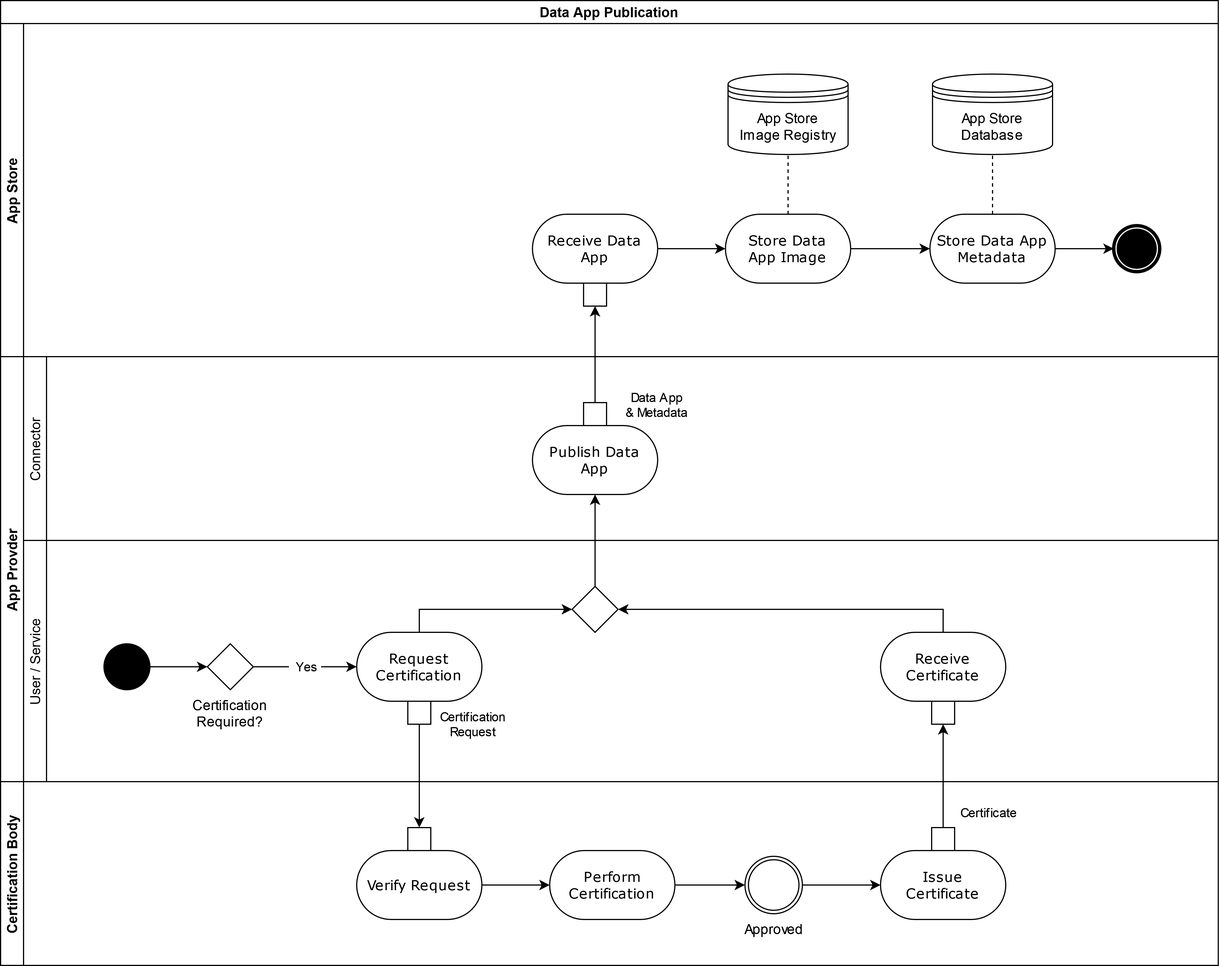
The draw.io diagram documentation/3_Layers_of_the_Reference_Architecture_Model/3_3_Process_Layer/media/data-app-publication-process.png in International-Data-Spaces-Association/IDS-RAM_4_0, before a commit. Source tidied: cells renumbered, new cells last; positions are measured from the earlier drawing's top-left corner, leaving out a move shared by most shapes. The source it was exported from:
```xml
<mxGraphModel>
  <root>
    <mxCell id="0" />
    <mxCell id="1" parent="0" />
    <mxCell id="2" value="Data App Publication" style="swimlane;horizontal=1;startSize=20;fontStyle=1;" parent="1" vertex="1">
      <mxGeometry width="1060" height="840" as="geometry" />
    </mxCell>
    <mxCell id="3" value="App Store" style="swimlane;startSize=20;horizontal=0;" parent="2" vertex="1">
      <mxGeometry y="20" width="1060" height="290" as="geometry" />
    </mxCell>
    <mxCell id="4" style="shape=mxgraph.bpmn.shape;html=1;verticalLabelPosition=bottom;labelBackgroundColor=#ffffff;verticalAlign=top;perimeter=ellipsePerimeter;outline=end;symbol=terminate;rounded=0;shadow=0;comic=0;strokeWidth=1;fontFamily=Verdana;fontSize=12;align=center;" parent="3" vertex="1">
      <mxGeometry x="969" y="176" width="40" height="40" as="geometry" />
    </mxCell>
    <mxCell id="5" value="&lt;div&gt;Receive Data&lt;/div&gt;&lt;div&gt;App&lt;/div&gt;" style="rounded=1;whiteSpace=wrap;html=1;shadow=0;comic=0;labelBackgroundColor=none;strokeWidth=1;fontFamily=Verdana;fontSize=12;align=center;arcSize=50;" parent="3" vertex="1">
      <mxGeometry x="463" y="166" width="109" height="60" as="geometry" />
    </mxCell>
    <mxCell id="6" style="edgeStyle=none;rounded=0;jettySize=auto;html=1;endArrow=classic;endFill=1;" parent="3" edge="1" source="7" target="5">
      <mxGeometry relative="1" as="geometry" />
    </mxCell>
    <mxCell id="7" style="rounded=0;whiteSpace=wrap;html=1;strokeColor=default;" parent="3" vertex="1">
      <mxGeometry x="507.5" y="226" width="20" height="20" as="geometry" />
    </mxCell>
    <mxCell id="8" value="&lt;div&gt;Store Data&lt;/div&gt;&lt;div&gt;App Image&lt;br&gt;&lt;/div&gt;" style="rounded=1;whiteSpace=wrap;html=1;shadow=0;comic=0;labelBackgroundColor=none;strokeWidth=1;fontFamily=Verdana;fontSize=12;align=center;arcSize=50;" parent="3" vertex="1">
      <mxGeometry x="631" y="166" width="109" height="60" as="geometry" />
    </mxCell>
    <mxCell id="9" style="edgeStyle=orthogonalEdgeStyle;rounded=0;jettySize=auto;html=1;entryX=0;entryY=0.5;entryDx=0;entryDy=0;" parent="3" edge="1" source="5" target="8">
      <mxGeometry relative="1" as="geometry" />
    </mxCell>
    <mxCell id="10" style="edgeStyle=orthogonalEdgeStyle;rounded=0;jettySize=auto;html=1;entryX=0;entryY=0.5;entryDx=0;entryDy=0;" parent="3" edge="1" source="11" target="4">
      <mxGeometry relative="1" as="geometry" />
    </mxCell>
    <mxCell id="11" value="Store Data App Metadata" style="rounded=1;whiteSpace=wrap;html=1;shadow=0;comic=0;labelBackgroundColor=none;strokeWidth=1;fontFamily=Verdana;fontSize=12;align=center;arcSize=50;" parent="3" vertex="1">
      <mxGeometry x="809" y="166" width="109" height="60" as="geometry" />
    </mxCell>
    <mxCell id="12" style="edgeStyle=orthogonalEdgeStyle;rounded=0;jettySize=auto;html=1;entryX=0;entryY=0.5;entryDx=0;entryDy=0;" parent="3" edge="1" source="8" target="11">
      <mxGeometry relative="1" as="geometry" />
    </mxCell>
    <mxCell id="13" value="App Store Database" style="shape=datastore;whiteSpace=wrap;html=1;" parent="3" vertex="1">
      <mxGeometry x="811.2" y="44" width="104.5" height="70" as="geometry" />
    </mxCell>
    <mxCell id="14" value="&lt;div&gt;App Store&lt;/div&gt;&lt;div&gt;Image Registry&lt;br&gt;&lt;/div&gt;" style="shape=datastore;whiteSpace=wrap;html=1;" parent="3" vertex="1">
      <mxGeometry x="633.2" y="44" width="104.5" height="70" as="geometry" />
    </mxCell>
    <mxCell id="15" style="rounded=0;jettySize=auto;html=1;entryX=0.5;entryY=1;entryDx=0;entryDy=0;dashed=1;endArrow=none;endFill=0;exitX=0.5;exitY=0;exitDx=0;exitDy=0;" parent="3" edge="1" source="8" target="14">
      <mxGeometry relative="1" as="geometry" />
    </mxCell>
    <mxCell id="16" style="rounded=0;jettySize=auto;html=1;entryX=0.5;entryY=1;entryDx=0;entryDy=0;dashed=1;endArrow=none;endFill=0;exitX=0.5;exitY=0;exitDx=0;exitDy=0;" parent="3" edge="1" source="11" target="13">
      <mxGeometry relative="1" as="geometry" />
    </mxCell>
    <mxCell id="17" value="App Provder" style="swimlane;startSize=20;horizontal=0;" parent="2" vertex="1">
      <mxGeometry y="310" width="1060" height="370" as="geometry" />
    </mxCell>
    <mxCell id="18" value="Connector" style="swimlane;startSize=20;horizontal=0;fontStyle=0;" parent="17" vertex="1">
      <mxGeometry x="20" width="1040" height="160" as="geometry" />
    </mxCell>
    <mxCell id="19" value="User / Service" style="swimlane;startSize=20;horizontal=0;fontStyle=0;" parent="18" vertex="1">
      <mxGeometry y="160" width="1040" height="210" as="geometry" />
    </mxCell>
    <mxCell id="20" style="ellipse;whiteSpace=wrap;html=1;rounded=0;shadow=0;comic=0;labelBackgroundColor=none;strokeWidth=1;fillColor=#000000;fontFamily=Verdana;fontSize=12;align=center;" parent="19" vertex="1">
      <mxGeometry x="70" y="90" width="40" height="40" as="geometry" />
    </mxCell>
    <mxCell id="21" value="Request Certification" style="rounded=1;whiteSpace=wrap;html=1;shadow=0;comic=0;labelBackgroundColor=none;strokeWidth=1;fontFamily=Verdana;fontSize=12;align=center;arcSize=50;" parent="19" vertex="1">
      <mxGeometry x="290" y="80" width="109" height="60" as="geometry" />
    </mxCell>
    <mxCell id="22" style="rounded=0;whiteSpace=wrap;html=1;strokeColor=default;" parent="19" vertex="1">
      <mxGeometry x="334.5" y="140" width="20" height="20" as="geometry" />
    </mxCell>
    <mxCell id="23" value="Certification Required?" style="text;whiteSpace=wrap;html=1;align=center;" parent="19" vertex="1">
      <mxGeometry x="140" y="130" width="80" height="40" as="geometry" />
    </mxCell>
    <mxCell id="24" style="rhombus;whiteSpace=wrap;html=1;" parent="19" vertex="1">
      <mxGeometry x="160" y="90" width="40" height="40" as="geometry" />
    </mxCell>
    <mxCell id="25" style="edgeStyle=orthogonalEdgeStyle;rounded=0;jettySize=auto;html=1;entryX=0;entryY=0.5;entryDx=0;entryDy=0;" parent="19" edge="1" source="20" target="24">
      <mxGeometry relative="1" as="geometry" />
    </mxCell>
    <mxCell id="26" value="&amp;nbsp; Yes&amp;nbsp; " style="edgeStyle=orthogonalEdgeStyle;rounded=0;jettySize=auto;html=1;entryX=0;entryY=0.5;entryDx=0;entryDy=0;exitX=1;exitY=0.5;exitDx=0;exitDy=0;" parent="19" edge="1" source="24" target="21">
      <mxGeometry relative="1" as="geometry" />
    </mxCell>
    <mxCell id="27" value="Receive Certificate" style="rounded=1;whiteSpace=wrap;html=1;shadow=0;comic=0;labelBackgroundColor=none;strokeWidth=1;fontFamily=Verdana;fontSize=12;align=center;arcSize=50;" parent="19" vertex="1">
      <mxGeometry x="746" y="80" width="109" height="60" as="geometry" />
    </mxCell>
    <mxCell id="28" style="rounded=0;whiteSpace=wrap;html=1;strokeColor=default;" parent="19" vertex="1">
      <mxGeometry x="790.5" y="140" width="20" height="20" as="geometry" />
    </mxCell>
    <mxCell id="29" style="rhombus;whiteSpace=wrap;html=1;" parent="19" vertex="1">
      <mxGeometry x="477.5" y="40" width="40" height="40" as="geometry" />
    </mxCell>
    <mxCell id="30" style="edgeStyle=orthogonalEdgeStyle;rounded=0;jettySize=auto;html=1;entryX=0;entryY=0.5;entryDx=0;entryDy=0;exitX=0.5;exitY=0;exitDx=0;exitDy=0;" parent="19" edge="1" source="21" target="29">
      <mxGeometry relative="1" as="geometry" />
    </mxCell>
    <mxCell id="31" style="edgeStyle=orthogonalEdgeStyle;rounded=0;jettySize=auto;html=1;entryX=1;entryY=0.5;entryDx=0;entryDy=0;exitX=0.5;exitY=0;exitDx=0;exitDy=0;" parent="19" edge="1" source="27" target="29">
      <mxGeometry relative="1" as="geometry" />
    </mxCell>
    <mxCell id="32" value="&lt;div&gt;Publish Data&lt;/div&gt;&lt;div&gt;App&lt;/div&gt;" style="rounded=1;whiteSpace=wrap;html=1;shadow=0;comic=0;labelBackgroundColor=none;strokeWidth=1;fontFamily=Verdana;fontSize=12;align=center;arcSize=50;" parent="18" vertex="1">
      <mxGeometry x="443" y="60" width="109" height="60" as="geometry" />
    </mxCell>
    <mxCell id="33" style="rounded=0;whiteSpace=wrap;html=1;strokeColor=default;" parent="18" vertex="1">
      <mxGeometry x="487.5" y="40" width="20" height="20" as="geometry" />
    </mxCell>
    <mxCell id="34" style="rounded=0;jettySize=auto;html=1;entryX=0.5;entryY=1;entryDx=0;entryDy=0;" parent="18" edge="1" source="29" target="32">
      <mxGeometry relative="1" as="geometry" />
    </mxCell>
    <mxCell id="35" value="Certification Body" style="swimlane;startSize=20;horizontal=0;" parent="2" vertex="1">
      <mxGeometry y="680" width="1060" height="160" as="geometry" />
    </mxCell>
    <mxCell id="36" value="Verify Request" style="rounded=1;whiteSpace=wrap;html=1;shadow=0;comic=0;labelBackgroundColor=none;strokeWidth=1;fontFamily=Verdana;fontSize=12;align=center;arcSize=50;" parent="35" vertex="1">
      <mxGeometry x="310" y="60" width="109" height="60" as="geometry" />
    </mxCell>
    <mxCell id="37" value="Perform Certification" style="rounded=1;whiteSpace=wrap;html=1;shadow=0;comic=0;labelBackgroundColor=none;strokeWidth=1;fontFamily=Verdana;fontSize=12;align=center;arcSize=50;" parent="35" vertex="1">
      <mxGeometry x="478" y="60" width="109" height="60" as="geometry" />
    </mxCell>
    <mxCell id="38" style="edgeStyle=orthogonalEdgeStyle;rounded=0;jettySize=auto;html=1;entryX=0;entryY=0.5;entryDx=0;entryDy=0;" parent="35" edge="1" source="36" target="37">
      <mxGeometry relative="1" as="geometry" />
    </mxCell>
    <mxCell id="39" value="&lt;div&gt;Issue&lt;/div&gt;&lt;div&gt;Certificate&lt;/div&gt;" style="rounded=1;whiteSpace=wrap;html=1;shadow=0;comic=0;labelBackgroundColor=none;strokeWidth=1;fontFamily=Verdana;fontSize=12;align=center;arcSize=50;" parent="35" vertex="1">
      <mxGeometry x="766" y="60" width="109" height="60" as="geometry" />
    </mxCell>
    <mxCell id="40" style="edgeStyle=orthogonalEdgeStyle;rounded=0;jettySize=auto;html=1;entryX=0;entryY=0.5;entryDx=0;entryDy=0;" parent="35" edge="1" source="41" target="39">
      <mxGeometry relative="1" as="geometry" />
    </mxCell>
    <mxCell id="41" value="Approved" style="points=[[0.145,0.145,0],[0.5,0,0],[0.855,0.145,0],[1,0.5,0],[0.855,0.855,0],[0.5,1,0],[0.145,0.855,0],[0,0.5,0]];shape=mxgraph.bpmn.event;html=1;verticalLabelPosition=bottom;labelBackgroundColor=#ffffff;verticalAlign=top;align=center;perimeter=ellipsePerimeter;outlineConnect=0;outline=throwing;symbol=general;" parent="35" vertex="1">
      <mxGeometry x="648" y="65" width="50" height="50" as="geometry" />
    </mxCell>
    <mxCell id="42" style="edgeStyle=orthogonalEdgeStyle;rounded=0;jettySize=auto;html=1;entryX=0;entryY=0.5;entryDx=0;entryDy=0;entryPerimeter=0;" parent="35" edge="1" source="37" target="41">
      <mxGeometry relative="1" as="geometry" />
    </mxCell>
    <mxCell id="43" style="rounded=0;whiteSpace=wrap;html=1;strokeColor=default;" parent="35" vertex="1">
      <mxGeometry x="354.5" y="40" width="20" height="20" as="geometry" />
    </mxCell>
    <mxCell id="44" style="rounded=0;whiteSpace=wrap;html=1;strokeColor=default;" parent="35" vertex="1">
      <mxGeometry x="810.5" y="40" width="20" height="20" as="geometry" />
    </mxCell>
    <mxCell id="45" value="&lt;div&gt;Certification&lt;/div&gt;&lt;div&gt;Request&lt;/div&gt;" style="edgeStyle=none;rounded=0;jettySize=auto;html=1;entryX=0.5;entryY=0;entryDx=0;entryDy=0;" parent="2" edge="1" source="22" target="43">
      <mxGeometry x="-1" y="46" relative="1" as="geometry" />
    </mxCell>
    <mxCell id="46" value="Certificate" style="edgeStyle=none;rounded=0;jettySize=auto;html=1;" parent="2" edge="1" source="44" target="28">
      <mxGeometry x="-0.7" y="-39" relative="1" as="geometry" />
    </mxCell>
    <mxCell id="47" value="&lt;div&gt;Data App&lt;/div&gt;&lt;div&gt;&amp;amp; Metadata&lt;br&gt;&lt;/div&gt;" style="edgeStyle=none;rounded=0;jettySize=auto;html=1;entryX=0.5;entryY=1;entryDx=0;entryDy=0;" parent="2" edge="1" source="33" target="7">
      <mxGeometry x="-1" y="-53" relative="1" as="geometry">
        <mxPoint y="2" as="offset" />
      </mxGeometry>
    </mxCell>
  </root>
</mxGraphModel>
```
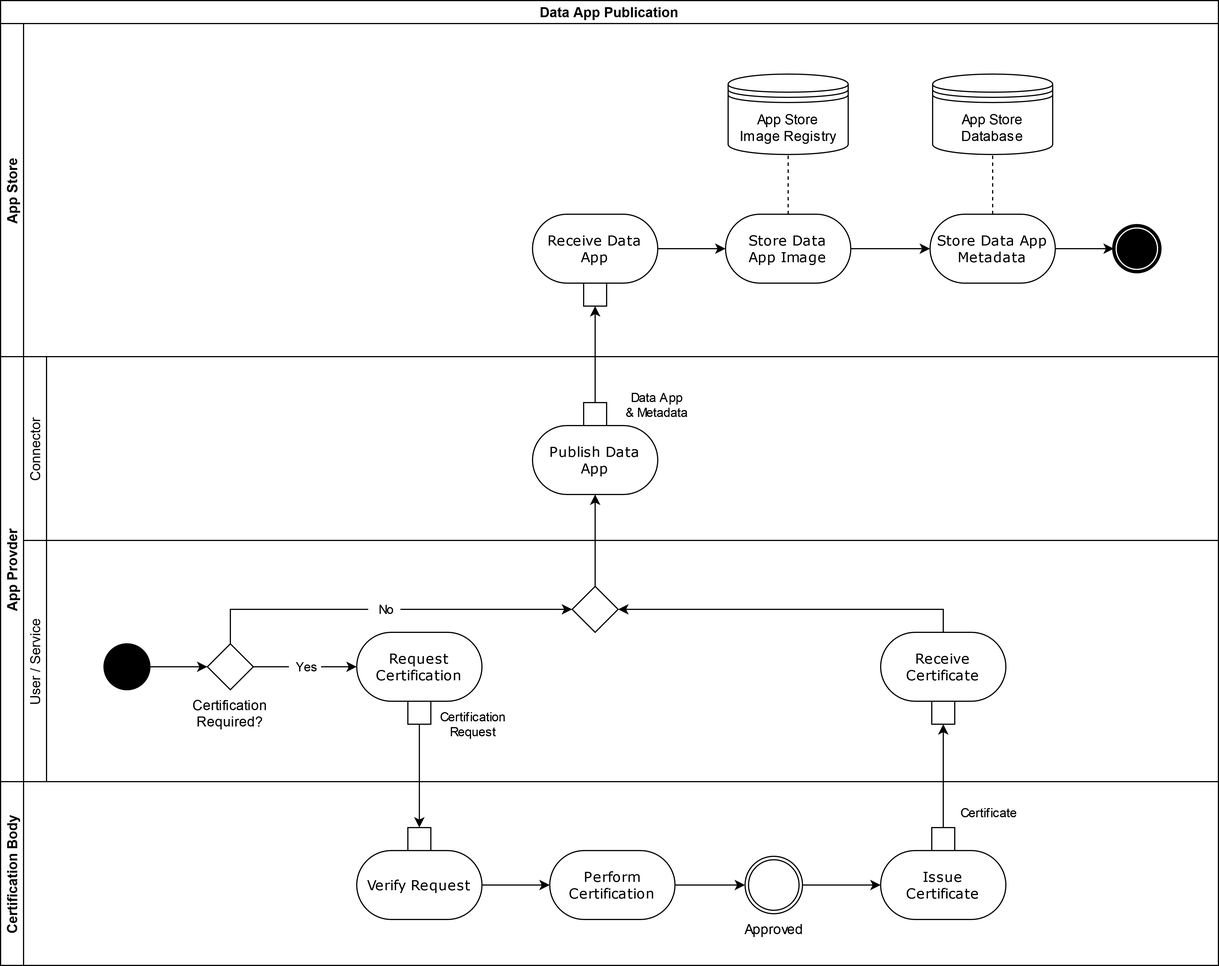
The same diagram one commit later.

Commit message:
fixed minor error in data app publication diagram

What changed in the source:
```diff
@@ -86,7 +86,7 @@
     <mxCell id="29" style="rhombus;whiteSpace=wrap;html=1;" parent="19" vertex="1">
       <mxGeometry x="477.5" y="40" width="40" height="40" as="geometry" />
     </mxCell>
-    <mxCell id="30" style="edgeStyle=orthogonalEdgeStyle;rounded=0;jettySize=auto;html=1;entryX=0;entryY=0.5;entryDx=0;entryDy=0;exitX=0.5;exitY=0;exitDx=0;exitDy=0;" parent="19" edge="1" source="21" target="29">
+    <mxCell id="30" value="&amp;nbsp;&amp;nbsp; No&amp;nbsp;&amp;nbsp; " style="edgeStyle=orthogonalEdgeStyle;rounded=0;jettySize=auto;html=1;entryX=0;entryY=0.5;entryDx=0;entryDy=0;exitX=0.5;exitY=0;exitDx=0;exitDy=0;" parent="19" edge="1" source="24" target="29">
       <mxGeometry relative="1" as="geometry" />
     </mxCell>
     <mxCell id="31" style="edgeStyle=orthogonalEdgeStyle;rounded=0;jettySize=auto;html=1;entryX=1;entryY=0.5;entryDx=0;entryDy=0;exitX=0.5;exitY=0;exitDx=0;exitDy=0;" parent="19" edge="1" source="27" target="29">
```
